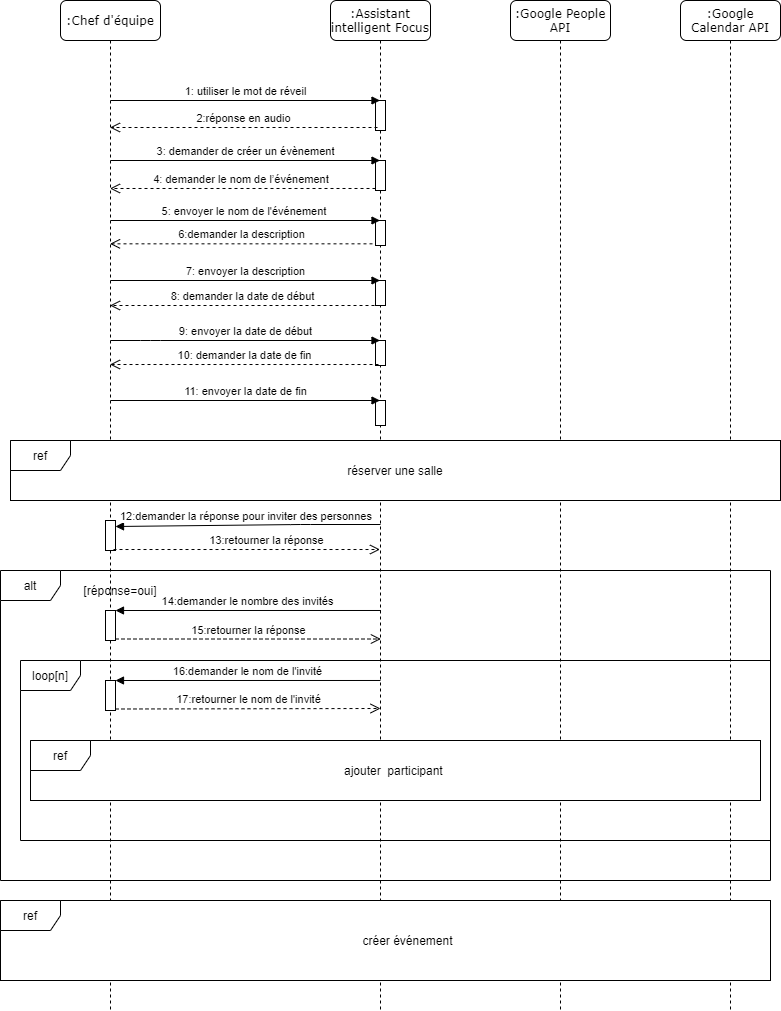
hanabouzid/diagrams keeps this draw.io diagram as meeting.png. Above is the earlier version. Source tidied: cells renumbered, new cells last; positions are measured from the earlier drawing's top-left corner, leaving out a move shared by most shapes.
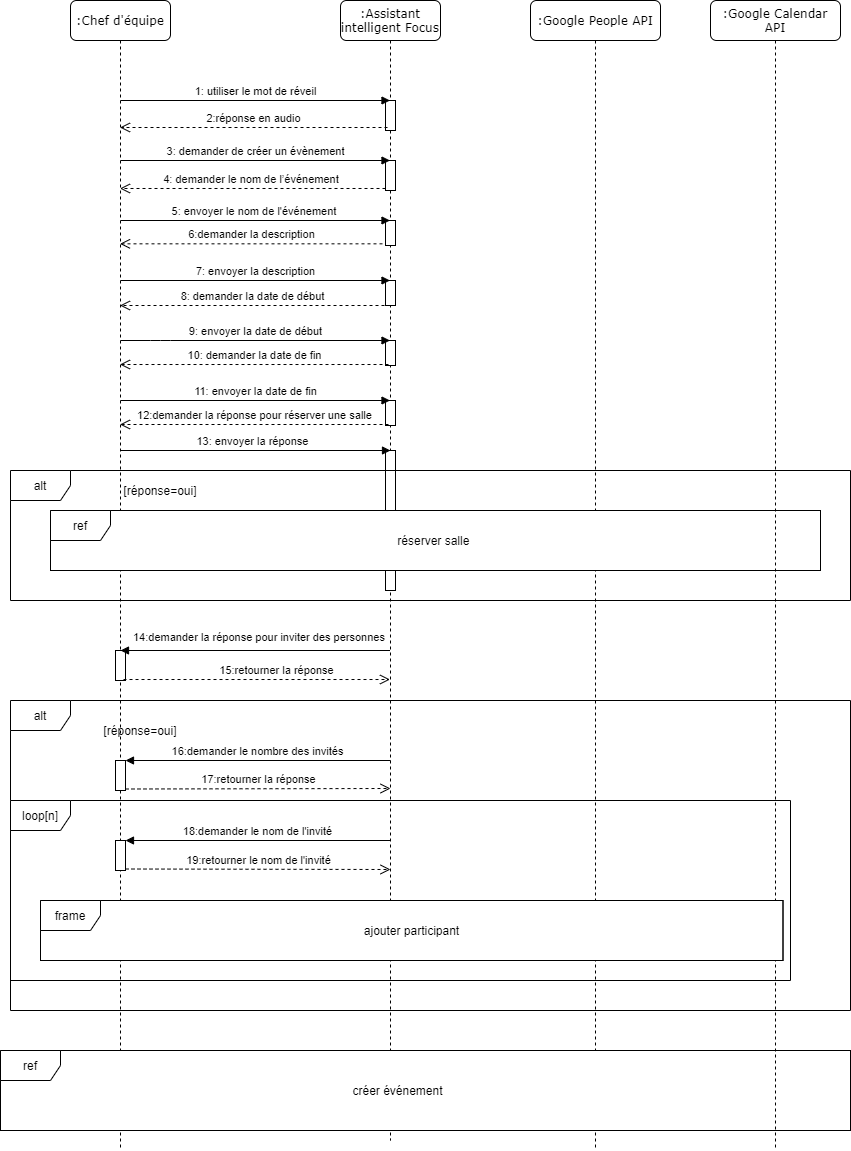
Later version of the same file.

Diff of the diagram source:
```diff
@@ -3,7 +3,7 @@
     <mxCell id="0" />
     <mxCell id="1" parent="0" />
     <mxCell id="2" value=":Assistant intelligent Focus" style="shape=umlLifeline;perimeter=lifelinePerimeter;whiteSpace=wrap;html=1;outlineConnect=0;rounded=1;shadow=0;comic=0;labelBackgroundColor=none;strokeWidth=1;fontFamily=Verdana;fontSize=12;align=center;" parent="1" vertex="1">
-      <mxGeometry x="330" width="100" height="1010" as="geometry" />
+      <mxGeometry x="330" width="100" height="1140" as="geometry" />
     </mxCell>
     <mxCell id="3" style="html=1;points=[];perimeter=orthogonalPerimeter;" parent="2" vertex="1">
       <mxGeometry x="45" y="100" width="10" height="30" as="geometry" />
@@ -23,17 +23,17 @@
     <mxCell id="8" style="html=1;points=[];perimeter=orthogonalPerimeter;" parent="2" vertex="1">
       <mxGeometry x="45" y="400" width="10" height="25" as="geometry" />
     </mxCell>
+    <mxCell id="42" style="html=1;perimeter=orthogonalPerimeter;" parent="2" vertex="1">
+      <mxGeometry x="45" y="450" width="10" height="140" as="geometry" />
+    </mxCell>
     <mxCell id="9" value=":Google People API" style="shape=umlLifeline;perimeter=lifelinePerimeter;whiteSpace=wrap;html=1;rounded=1;shadow=0;comic=0;labelBackgroundColor=none;strokeWidth=1;fontFamily=Verdana;fontSize=12;align=center;" parent="1" vertex="1">
-      <mxGeometry x="510" width="100" height="1010" as="geometry" />
+      <mxGeometry x="520" width="130" height="1150" as="geometry" />
     </mxCell>
-    <mxCell id="10" value=":Google Calendar API" style="shape=umlLifeline;perimeter=lifelinePerimeter;whiteSpace=wrap;html=1;rounded=1;shadow=0;comic=0;labelBackgroundColor=none;strokeWidth=1;fontFamily=Verdana;fontSize=12;align=center;" parent="1" vertex="1">
-      <mxGeometry x="680" width="100" height="1010" as="geometry" />
-    </mxCell>
     <mxCell id="11" value=":Chef d'équipe" style="shape=umlLifeline;perimeter=lifelinePerimeter;whiteSpace=wrap;html=1;outlineConnect=0;rounded=1;shadow=0;comic=0;labelBackgroundColor=none;strokeWidth=1;fontFamily=Verdana;fontSize=12;align=center;" parent="1" vertex="1">
-      <mxGeometry x="60" width="100" height="1010" as="geometry" />
+      <mxGeometry x="60" width="100" height="1150" as="geometry" />
     </mxCell>
     <mxCell id="12" style="html=1;points=[];perimeter=orthogonalPerimeter;" parent="11" vertex="1">
-      <mxGeometry x="45" y="520" width="10" height="30" as="geometry" />
+      <mxGeometry x="45" y="650" width="10" height="30" as="geometry" />
     </mxCell>
     <mxCell id="13" value="1: utiliser le mot de réveil" style="html=1;verticalAlign=bottom;endArrow=block;" parent="1" edge="1" target="2">
       <mxGeometry relative="1" as="geometry">
@@ -84,70 +84,87 @@
         <mxPoint x="110" y="400" as="sourcePoint" />
       </mxGeometry>
     </mxCell>
-    <mxCell id="23" value="12:demander la réponse pour inviter des personnes&amp;nbsp;" style="html=1;verticalAlign=bottom;endArrow=block;entryX=1;entryY=0.2;entryDx=0;entryDy=0;entryPerimeter=0;" parent="1" edge="1" target="12">
-      <mxGeometry relative="1" as="geometry">
-        <mxPoint x="380" y="524" as="sourcePoint" />
-        <Array as="points">
-          <mxPoint x="380" y="524" />
-          <mxPoint x="300" y="524" />
-        </Array>
-      </mxGeometry>
+    <mxCell id="23" value="14:demander la réponse pour inviter des personnes&amp;nbsp;" style="html=1;verticalAlign=bottom;endArrow=block;entryX=0.5;entryY=0;entryDx=0;entryDy=0;entryPerimeter=0;" parent="1" edge="1" source="2" target="12">
+      <mxGeometry x="-0.04" y="-4" relative="1" as="geometry" />
     </mxCell>
-    <mxCell id="24" value="13:retourner la réponse" style="html=1;verticalAlign=bottom;endArrow=open;dashed=1;endSize=8;exitX=0.8;exitY=0.967;exitDx=0;exitDy=0;exitPerimeter=0;" parent="1" edge="1" source="12" target="2">
+    <mxCell id="24" value="15:retourner la réponse" style="html=1;verticalAlign=bottom;endArrow=open;dashed=1;endSize=8;exitX=0.8;exitY=0.967;exitDx=0;exitDy=0;exitPerimeter=0;" parent="1" edge="1" source="12" target="2">
       <mxGeometry x="0.15" relative="1" as="geometry" />
     </mxCell>
     <mxCell id="25" value="alt" style="shape=umlFrame;whiteSpace=wrap;html=1;" parent="1" vertex="1">
-      <mxGeometry y="570" width="770" height="310" as="geometry" />
+      <mxGeometry y="700" width="840" height="310" as="geometry" />
     </mxCell>
     <mxCell id="26" value="[réponse=oui]" style="text;html=1;strokeColor=none;fillColor=none;align=center;verticalAlign=middle;whiteSpace=wrap;rounded=0;" parent="1" vertex="1">
-      <mxGeometry x="30" y="580" width="180" height="20" as="geometry" />
+      <mxGeometry x="40" y="720" width="180" height="20" as="geometry" />
     </mxCell>
     <mxCell id="27" style="html=1;points=[];perimeter=orthogonalPerimeter;" parent="1" vertex="1">
-      <mxGeometry x="105" y="610" width="10" height="30" as="geometry" />
+      <mxGeometry x="105" y="760" width="10" height="30" as="geometry" />
     </mxCell>
-    <mxCell id="28" value="14:demander le nombre des invités" style="html=1;verticalAlign=bottom;endArrow=block;entryX=1;entryY=0;exitX=0.494;exitY=0.129;exitDx=0;exitDy=0;exitPerimeter=0;" parent="1" edge="1" source="25" target="27">
-      <mxGeometry relative="1" as="geometry" />
+    <mxCell id="28" value="16:demander le nombre des invités" style="html=1;verticalAlign=bottom;endArrow=block;entryX=1;entryY=0;" parent="1" edge="1" target="27">
+      <mxGeometry relative="1" as="geometry">
+        <mxPoint x="380" y="760" as="sourcePoint" />
+      </mxGeometry>
     </mxCell>
-    <mxCell id="29" value="15:retourner la réponse" style="html=1;verticalAlign=bottom;endArrow=open;dashed=1;endSize=8;exitX=1;exitY=0.95;entryX=0.494;entryY=0.221;entryDx=0;entryDy=0;entryPerimeter=0;" parent="1" edge="1" source="27" target="25">
-      <mxGeometry relative="1" as="geometry" />
+    <mxCell id="29" value="17:retourner la réponse" style="html=1;verticalAlign=bottom;endArrow=open;dashed=1;endSize=8;exitX=1;exitY=0.95;" parent="1" edge="1" source="27">
+      <mxGeometry relative="1" as="geometry">
+        <mxPoint x="380" y="788" as="targetPoint" />
+      </mxGeometry>
     </mxCell>
     <mxCell id="30" value="loop[n]" style="shape=umlFrame;whiteSpace=wrap;html=1;" parent="1" vertex="1">
-      <mxGeometry x="20" y="660" width="750" height="180" as="geometry" />
+      <mxGeometry y="800" width="780" height="180" as="geometry" />
     </mxCell>
     <mxCell id="31" style="html=1;points=[];perimeter=orthogonalPerimeter;" parent="1" vertex="1">
-      <mxGeometry x="105" y="680" width="10" height="30" as="geometry" />
+      <mxGeometry x="105" y="840" width="10" height="30" as="geometry" />
     </mxCell>
-    <mxCell id="32" value="16:demander le nom de l'invité" style="html=1;verticalAlign=bottom;endArrow=block;entryX=1;entryY=0;exitX=0.48;exitY=0.111;exitDx=0;exitDy=0;exitPerimeter=0;" parent="1" edge="1" source="30" target="31">
-      <mxGeometry relative="1" as="geometry" />
+    <mxCell id="32" value="18:demander le nom de l'invité" style="html=1;verticalAlign=bottom;endArrow=block;entryX=1;entryY=0;" parent="1" edge="1" target="31">
+      <mxGeometry relative="1" as="geometry">
+        <mxPoint x="380" y="840" as="sourcePoint" />
+      </mxGeometry>
     </mxCell>
-    <mxCell id="33" value="17:retourner le nom de l'invité" style="html=1;verticalAlign=bottom;endArrow=open;dashed=1;endSize=8;exitX=1;exitY=0.95;" parent="1" edge="1" source="31">
+    <mxCell id="33" value="19:retourner le nom de l'invité" style="html=1;verticalAlign=bottom;endArrow=open;dashed=1;endSize=8;exitX=1;exitY=0.95;" parent="1" edge="1" source="31">
       <mxGeometry relative="1" as="geometry">
-        <mxPoint x="380" y="708" as="targetPoint" />
+        <mxPoint x="380" y="869" as="targetPoint" />
       </mxGeometry>
     </mxCell>
     <mxCell id="34" value="2:réponse en audio" style="html=1;verticalAlign=bottom;endArrow=open;dashed=1;endSize=8;exitX=0.2;exitY=0.9;exitDx=0;exitDy=0;exitPerimeter=0;" parent="1" edge="1" source="3" target="11">
       <mxGeometry relative="1" as="geometry" />
     </mxCell>
-    <mxCell id="35" value="ajouter&amp;nbsp; participant&amp;nbsp;" style="whiteSpace=wrap;html=1;shadow=0;labelBackgroundColor=#FFFFFF;strokeColor=#000000;strokeWidth=1;fillColor=#FFFFFF;gradientColor=none;" parent="1" vertex="1">
-      <mxGeometry x="30" y="740" width="730" height="60" as="geometry" />
-    </mxCell>
-    <mxCell id="36" value="ref" style="shape=umlFrame;whiteSpace=wrap;html=1;shadow=0;labelBackgroundColor=#FFFFFF;strokeWidth=1;fillColor=#FFFFFF;" parent="1" vertex="1">
-      <mxGeometry x="30" y="740" width="730" height="60" as="geometry" />
-    </mxCell>
     <mxCell id="37" style="whiteSpace=wrap;html=1;shadow=0;labelBackgroundColor=#FFFFFF;strokeWidth=1;fillColor=#FFFFFF;" parent="1" vertex="1">
-      <mxGeometry y="900" width="770" height="80" as="geometry" />
+      <mxGeometry x="-10" y="1050" width="850" height="80" as="geometry" />
     </mxCell>
     <mxCell id="38" value="ref" style="shape=umlFrame;whiteSpace=wrap;html=1;shadow=0;labelBackgroundColor=#FFFFFF;strokeWidth=1;fillColor=#FFFFFF;" parent="1" vertex="1">
-      <mxGeometry y="900" width="770" height="80" as="geometry" />
+      <mxGeometry x="-10" y="1050" width="850" height="80" as="geometry" />
     </mxCell>
     <mxCell id="39" value="créer événement" style="text;html=1;strokeColor=none;fillColor=none;align=center;verticalAlign=middle;whiteSpace=wrap;rounded=0;shadow=0;labelBackgroundColor=#FFFFFF;" parent="1" vertex="1">
-      <mxGeometry x="350" y="930" width="115" height="20" as="geometry" />
+      <mxGeometry x="330" y="1080" width="115" height="20" as="geometry" />
     </mxCell>
+    <mxCell id="43" value="12:demander la réponse pour réserver une salle" style="html=1;verticalAlign=bottom;endArrow=open;dashed=1;endSize=8;exitX=0.3;exitY=0.96;exitDx=0;exitDy=0;exitPerimeter=0;" parent="1" edge="1" source="8" target="11">
+      <mxGeometry relative="1" as="geometry" />
+    </mxCell>
+    <mxCell id="44" value="13: envoyer la réponse&amp;nbsp;&amp;nbsp;" style="html=1;verticalAlign=bottom;endArrow=block;" parent="1" edge="1" source="11">
+      <mxGeometry relative="1" as="geometry">
+        <mxPoint x="380" y="450" as="targetPoint" />
+      </mxGeometry>
+    </mxCell>
+    <mxCell id="45" value="&lt;span&gt;[réponse=oui]&lt;/span&gt;" style="text;html=1;strokeColor=none;fillColor=none;align=center;verticalAlign=middle;whiteSpace=wrap;rounded=0;" parent="1" vertex="1">
+      <mxGeometry x="130" y="480" width="40" height="20" as="geometry" />
+    </mxCell>
-    <mxCell id="40" value="réserver une salle" style="rounded=0;whiteSpace=wrap;html=1;shadow=0;labelBackgroundColor=#FFFFFF;strokeWidth=1;fillColor=#FFFFFF;" parent="1" vertex="1">
-      <mxGeometry x="10" y="440" width="770" height="60" as="geometry" />
+    <mxCell id="40" value="réserver salle&amp;nbsp;" style="rounded=0;whiteSpace=wrap;html=1;shadow=0;labelBackgroundColor=#FFFFFF;strokeWidth=1;fillColor=#FFFFFF;" parent="1" vertex="1">
+      <mxGeometry x="40" y="510" width="770" height="60" as="geometry" />
     </mxCell>
-    <mxCell id="41" value="ref" style="shape=umlFrame;whiteSpace=wrap;html=1;shadow=0;labelBackgroundColor=#FFFFFF;strokeWidth=1;fillColor=#FFFFFF;" parent="1" vertex="1">
-      <mxGeometry x="10" y="440" width="770" height="60" as="geometry" />
-    </mxCell>
+    <mxCell id="46" value="ref" style="shape=umlFrame;whiteSpace=wrap;html=1;" parent="1" vertex="1">
+      <mxGeometry x="40" y="510" width="770" height="60" as="geometry" />
+    </mxCell>
+    <mxCell id="47" value="alt" style="shape=umlFrame;whiteSpace=wrap;html=1;" parent="1" vertex="1">
+      <mxGeometry y="470" width="840" height="130" as="geometry" />
+    </mxCell>
+    <mxCell id="10" value=":Google Calendar API" style="shape=umlLifeline;perimeter=lifelinePerimeter;whiteSpace=wrap;html=1;rounded=1;shadow=0;comic=0;labelBackgroundColor=none;strokeWidth=1;fontFamily=Verdana;fontSize=12;align=center;" parent="1" vertex="1">
+      <mxGeometry x="700" width="130" height="1150" as="geometry" />
+    </mxCell>
+    <mxCell id="35" value="ajouter participant" style="rounded=0;whiteSpace=wrap;html=1;" parent="10" vertex="1">
+      <mxGeometry x="-670" y="900" width="742.5" height="60" as="geometry" />
+    </mxCell>
+    <mxCell id="48" value="frame" style="shape=umlFrame;whiteSpace=wrap;html=1;" parent="10" vertex="1">
+      <mxGeometry x="-670" y="900" width="742.5" height="60" as="geometry" />
+    </mxCell>
   </root>
 </mxGraphModel>
```
